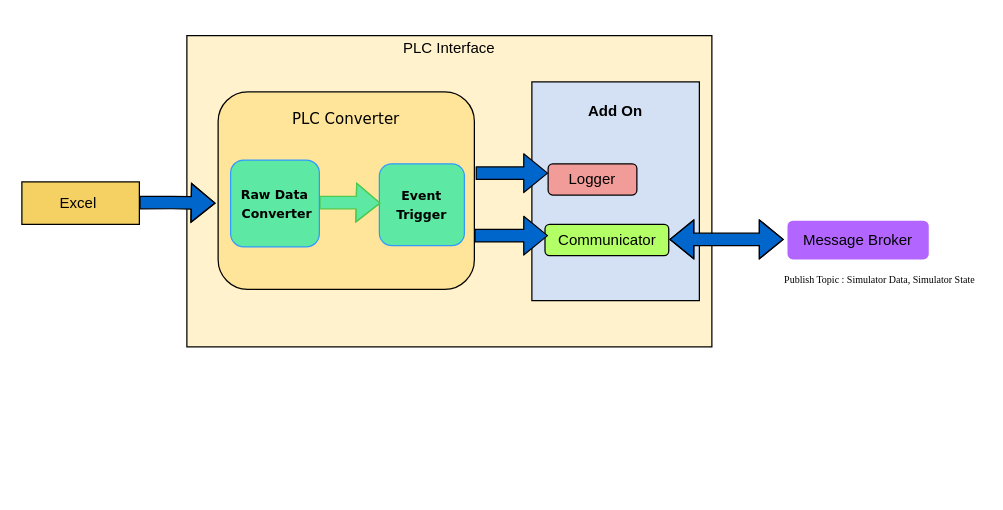
Above: PLC Structural Diagram.drawio in srawat19/Steris-Project (draw.io), before the change. Source tidied: cells renumbered, new cells numbered last; positions are measured from the earlier drawing's top-left corner, leaving out a move shared by most shapes. Both pictures are drawn from the tidied source at 125%, with x=0, y=0 at pixel (21, 35).
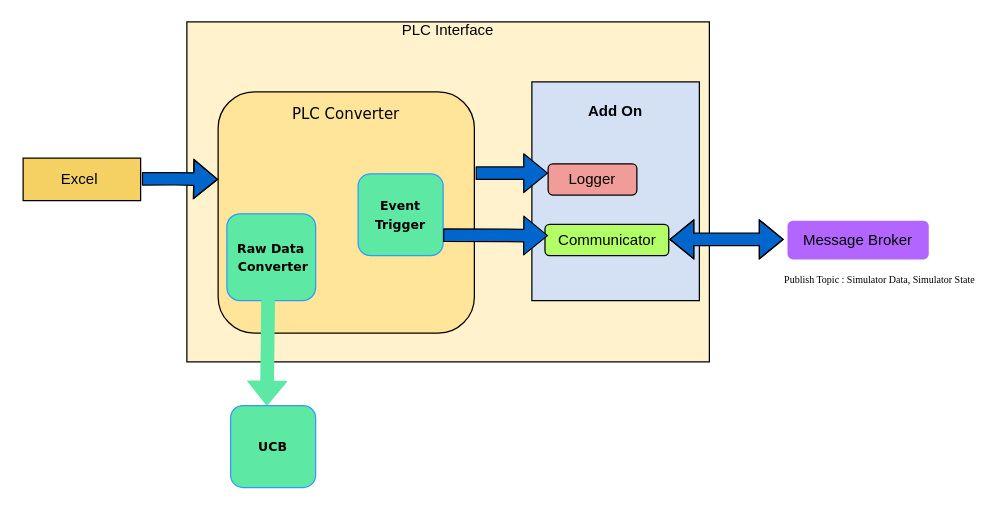
Above is the later version.

What changed in the source:
```diff
@@
-    <mxCell id="2" value="&lt;div&gt;PLC Interface&lt;/div&gt;&lt;div&gt;&lt;br&gt;&lt;/div&gt;&lt;div&gt;&lt;br&gt;&lt;/div&gt;&lt;div&gt;&lt;br&gt;&lt;/div&gt;&lt;div&gt;&lt;br&gt;&lt;/div&gt;&lt;div&gt;&lt;br&gt;&lt;/div&gt;&lt;div&gt;&lt;br&gt;&lt;/div&gt;&lt;div&gt;&lt;br&gt;&lt;/div&gt;&lt;div&gt;&lt;br&gt;&lt;/div&gt;&lt;div&gt;&lt;br&gt;&lt;/div&gt;&lt;div&gt;&lt;br&gt;&lt;/div&gt;&lt;div&gt;&lt;br&gt;&lt;/div&gt;&lt;div&gt;&lt;br&gt;&lt;/div&gt;&lt;div&gt;&lt;br&gt;&lt;/div&gt;&lt;div&gt;&lt;br&gt;&lt;/div&gt;&lt;div&gt;&lt;br&gt;&lt;/div&gt;&lt;div&gt;&lt;br&gt;&lt;/div&gt;" style="rounded=0;whiteSpace=wrap;html=1;align=center;fillColor=#FFF2CC;" parent="1" vertex="1">
-      <mxGeometry x="132" width="420" height="249" as="geometry" />
+    <mxCell id="2" value="&lt;div&gt;PLC Interface&lt;/div&gt;&lt;div&gt;&lt;br&gt;&lt;/div&gt;&lt;div&gt;&lt;br&gt;&lt;/div&gt;&lt;div&gt;&lt;br&gt;&lt;/div&gt;&lt;div&gt;&lt;br&gt;&lt;/div&gt;&lt;div&gt;&lt;br&gt;&lt;/div&gt;&lt;div&gt;&lt;br&gt;&lt;/div&gt;&lt;div&gt;&lt;br&gt;&lt;/div&gt;&lt;div&gt;&lt;br&gt;&lt;/div&gt;&lt;div&gt;&lt;br&gt;&lt;/div&gt;&lt;div&gt;&lt;br&gt;&lt;/div&gt;&lt;div&gt;&lt;br&gt;&lt;/div&gt;&lt;div&gt;&lt;br&gt;&lt;/div&gt;&lt;div&gt;&lt;br&gt;&lt;/div&gt;&lt;div&gt;&lt;br&gt;&lt;/div&gt;&lt;div&gt;&lt;br&gt;&lt;/div&gt;&lt;div&gt;&lt;br&gt;&lt;/div&gt;&lt;div&gt;&lt;br&gt;&lt;/div&gt;&lt;div&gt;&lt;br&gt;&lt;/div&gt;" style="rounded=0;whiteSpace=wrap;html=1;align=center;fillColor=#FFF2CC;" parent="1" vertex="1">
+      <mxGeometry x="132" y="-11" width="418" height="272" as="geometry" />
     </mxCell>
@@
-    <mxCell id="5" value="&lt;font face=&quot;Verdana&quot;&gt;PLC Converter&lt;br&gt;&lt;br&gt;&lt;br&gt;&lt;br&gt;&lt;br&gt;&lt;br&gt;&lt;br&gt;&lt;br&gt;&lt;br&gt;&lt;/font&gt;" style="rounded=1;whiteSpace=wrap;html=1;fillColor=#FFE599;" parent="1" vertex="1">
-      <mxGeometry x="157" y="45" width="205" height="158" as="geometry" />
+    <mxCell id="5" value="&lt;font face=&quot;Verdana&quot;&gt;PLC Converter&lt;br&gt;&lt;br&gt;&lt;br&gt;&lt;br&gt;&lt;br&gt;&lt;br&gt;&lt;br&gt;&lt;br&gt;&lt;br&gt;&lt;br&gt;&lt;br&gt;&lt;br&gt;&lt;/font&gt;" style="rounded=1;whiteSpace=wrap;html=1;fillColor=#FFE599;" parent="1" vertex="1">
+      <mxGeometry x="157" y="45" width="205" height="193" as="geometry" />
     </mxCell>
@@
-    <mxCell id="9" style="edgeStyle=orthogonalEdgeStyle;rounded=0;jettySize=auto;html=1;strokeColor=#5FED5F;fillColor=#59DE59;" parent="1" edge="1" source="10" target="17">
-      <mxGeometry relative="1" as="geometry" />
-    </mxCell>
     <mxCell id="10" value="&lt;b&gt;&lt;font face=&quot;Verdana&quot; style=&quot;font-size: 10px&quot;&gt;Event Trigger&lt;/font&gt;&lt;/b&gt;" style="rounded=1;whiteSpace=wrap;html=1;fillColor=#5DE8A3;strokeColor=#3399FF;" parent="1" vertex="1">
-      <mxGeometry x="286" y="102.5" width="68" height="65.5" as="geometry" />
+      <mxGeometry x="269" y="110.5" width="68" height="65.5" as="geometry" />
     </mxCell>
-    <mxCell id="11" style="shape=flexArrow;endArrow=classic;html=1;fillColor=#5DE8A3;strokeColor=#51C951;" parent="1" edge="1">
-      <mxGeometry relative="1" as="geometry">
-        <mxPoint x="238" y="133.5" as="sourcePoint" />
-        <mxPoint x="287" y="134" as="targetPoint" />
-        <Array as="points">
-          <mxPoint x="264" y="133.5" />
-        </Array>
-      </mxGeometry>
-    </mxCell>
     <mxCell id="12" style="shape=flexArrow;endArrow=classic;html=1;fillColor=#0066CC;" parent="1" edge="1">
       <mxGeometry relative="1" as="geometry">
-        <mxPoint x="94" y="133.5" as="sourcePoint" />
-        <mxPoint x="155" y="134" as="targetPoint" />
+        <mxPoint x="96" y="114.5" as="sourcePoint" />
+        <mxPoint x="157" y="115" as="targetPoint" />
         <Array as="points">
-          <mxPoint x="120" y="133.5" />
+          <mxPoint x="122" y="114.5" />
         </Array>
       </mxGeometry>
     </mxCell>
@@
-    <mxCell id="14" style="shape=flexArrow;endArrow=classic;html=1;fillColor=#0066CC;" parent="1" edge="1">
+    <mxCell id="14" style="shape=flexArrow;endArrow=classic;html=1;fillColor=#0066CC;exitX=1;exitY=0.75;exitDx=0;exitDy=0;" parent="1" edge="1" source="10">
       <mxGeometry relative="1" as="geometry">
-        <mxPoint x="362" y="160" as="sourcePoint" />
         <mxPoint x="421" y="160" as="targetPoint" />
       </mxGeometry>
     </mxCell>
@@
     <mxCell id="16" value="Excel&amp;nbsp;" style="rounded=0;whiteSpace=wrap;html=1;fillColor=#F5D062;" parent="1" vertex="1">
-      <mxGeometry y="117" width="94" height="34" as="geometry" />
+      <mxGeometry x="1" y="98" width="94" height="34" as="geometry" />
     </mxCell>
     <mxCell id="17" value="&lt;b&gt;&lt;font style=&quot;font-size: 10px&quot; face=&quot;Verdana&quot;&gt;Raw Data&lt;br&gt;&amp;nbsp;Converter&lt;/font&gt;&lt;/b&gt;" style="rounded=1;whiteSpace=wrap;html=1;fillColor=#5DE8A3;strokeColor=#3399FF;" parent="1" vertex="1">
-      <mxGeometry x="167" y="99.5" width="71" height="69.5" as="geometry" />
+      <mxGeometry x="164" y="142.5" width="71" height="69.5" as="geometry" />
     </mxCell>
+    <mxCell id="18" style="shape=flexArrow;endArrow=classic;html=1;strokeColor=#5DE8A3;fillColor=#5DE8A3;" parent="1" edge="1">
+      <mxGeometry relative="1" as="geometry">
+        <mxPoint x="197" y="211.5" as="sourcePoint" />
+        <mxPoint x="196" y="296" as="targetPoint" />
+      </mxGeometry>
+    </mxCell>
+    <mxCell id="19" value="&lt;b&gt;&lt;font face=&quot;Verdana&quot; style=&quot;font-size: 10px&quot;&gt;UCB&lt;/font&gt;&lt;/b&gt;" style="rounded=1;whiteSpace=wrap;html=1;fillColor=#5DE8A3;strokeColor=#3399FF;" parent="1" vertex="1">
+      <mxGeometry x="167" y="296" width="68" height="65.5" as="geometry" />
+    </mxCell>
```
